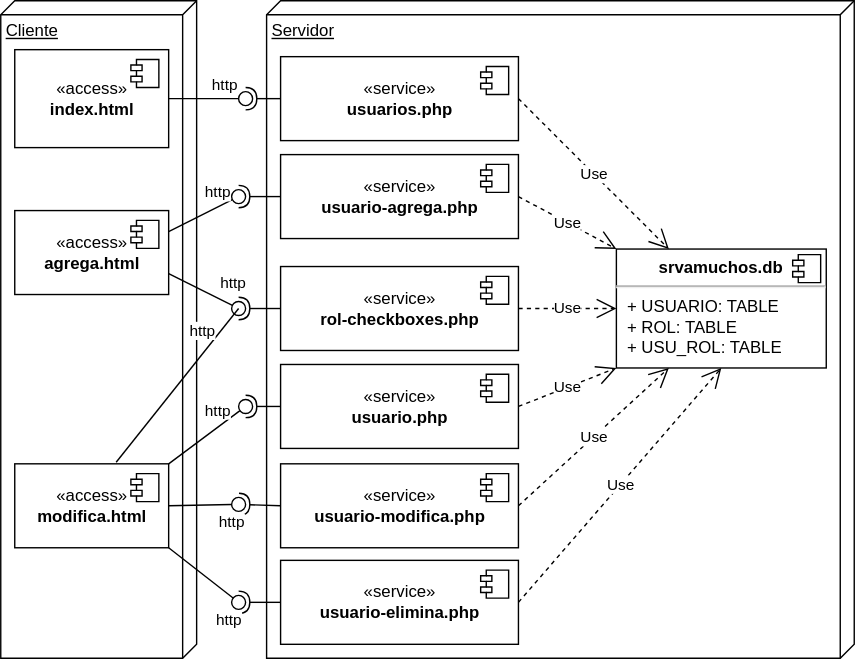
This is img/m18amuchos/amuchosdeploy.drawio.svg from gilpgawoas/gilpgawoas.github.io, a draw.io export, as it was before one commit. Source tidied: cells renumbered, new cells last; positions are measured from the earlier drawing's top-left corner, leaving out a move shared by most shapes.
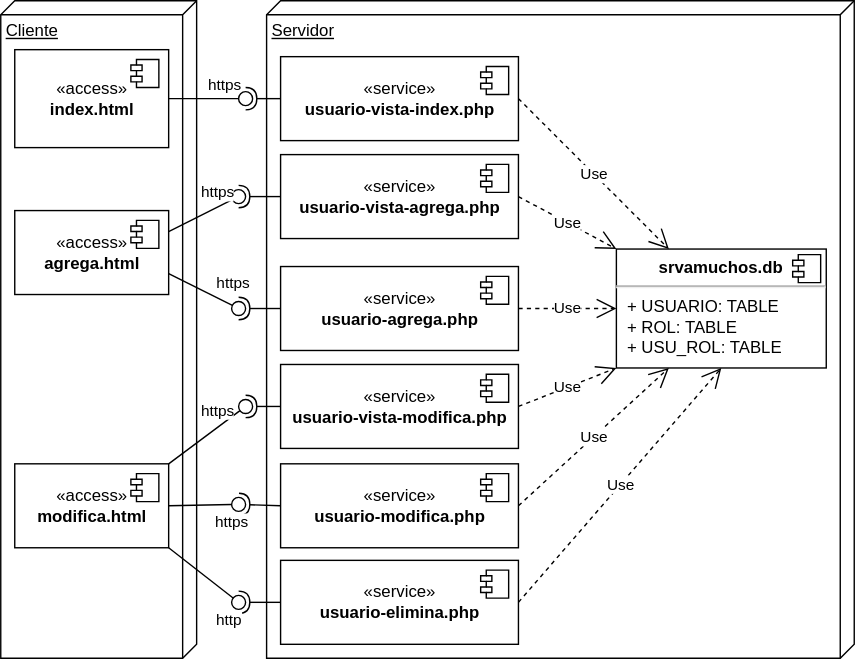
After the commit.

Change to the diagram source:
```diff
@@ -16,7 +16,7 @@
     <mxCell id="5" value="Servidor" style="verticalAlign=top;align=left;spacingTop=8;spacingLeft=2;spacingRight=12;shape=cube;size=10;direction=south;fontStyle=4;html=1;" parent="1" vertex="1">
       <mxGeometry x="190" width="420" height="470" as="geometry" />
     </mxCell>
-    <mxCell id="6" value="«service»&lt;br&gt;&lt;b&gt;usuarios.php&lt;/b&gt;" style="html=1;" parent="1" vertex="1">
+    <mxCell id="6" value="«service»&lt;br&gt;&lt;b&gt;usuario-vista-index.php&lt;/b&gt;" style="html=1;" parent="1" vertex="1">
       <mxGeometry x="200" y="40" width="170" height="60" as="geometry" />
     </mxCell>
     <mxCell id="7" style="shape=module;jettyWidth=8;jettyHeight=4;" parent="6" vertex="1">
@@ -60,7 +60,7 @@
         <mxPoint x="-27" y="7" as="offset" />
       </mxGeometry>
     </mxCell>
-    <mxCell id="18" value="«service»&lt;br&gt;&lt;b style=&quot;border-color: var(--border-color);&quot;&gt;usuario-a&lt;/b&gt;&lt;b&gt;grega.php&lt;/b&gt;" style="html=1;" parent="1" vertex="1">
+    <mxCell id="18" value="«service»&lt;br&gt;&lt;b&gt;usuario-vista-agrega.php&lt;/b&gt;" style="html=1;" parent="1" vertex="1">
       <mxGeometry x="200" y="110" width="170" height="60" as="geometry" />
     </mxCell>
     <mxCell id="19" style="shape=module;jettyWidth=8;jettyHeight=4;" parent="18" vertex="1">
@@ -68,7 +68,7 @@
         <mxPoint x="-27" y="7" as="offset" />
       </mxGeometry>
     </mxCell>
-    <mxCell id="20" value="«service»&lt;br&gt;&lt;b style=&quot;border-color: var(--border-color);&quot;&gt;usuario&lt;/b&gt;&lt;b&gt;.php&lt;/b&gt;" style="html=1;" parent="1" vertex="1">
+    <mxCell id="20" value="«service»&lt;br&gt;&lt;div&gt;&lt;b&gt;usuario-vista-modifica.php&lt;/b&gt;&lt;/div&gt;" style="html=1;" parent="1" vertex="1">
       <mxGeometry x="200" y="260" width="170" height="60" as="geometry" />
     </mxCell>
     <mxCell id="21" style="shape=module;jettyWidth=8;jettyHeight=4;" parent="20" vertex="1">
@@ -95,7 +95,7 @@
     <mxCell id="26" value="Use" style="endArrow=open;endSize=12;dashed=1;html=1;rounded=0;exitX=1;exitY=0.5;exitDx=0;exitDy=0;entryX=0.25;entryY=0;entryDx=0;entryDy=0;" parent="1" edge="1" source="6" target="10">
       <mxGeometry relative="1" as="geometry" />
     </mxCell>
-    <mxCell id="27" value="http" style="rounded=0;jettySize=auto;html=1;endArrow=none;endFill=0;sketch=0;sourcePerimeterSpacing=0;targetPerimeterSpacing=0;exitX=1;exitY=0;exitDx=0;exitDy=0;" parent="1" edge="1" source="16" target="29">
+    <mxCell id="27" value="https" style="rounded=0;jettySize=auto;html=1;endArrow=none;endFill=0;sketch=0;sourcePerimeterSpacing=0;targetPerimeterSpacing=0;exitX=1;exitY=0;exitDx=0;exitDy=0;" parent="1" edge="1" source="16" target="29">
       <mxGeometry x="0.6" y="10" relative="1" as="geometry" />
     </mxCell>
     <mxCell id="28" style="rounded=0;jettySize=auto;html=1;endArrow=halfCircle;endFill=0;endSize=6;strokeWidth=1;sketch=0;exitX=0;exitY=0.5;exitDx=0;exitDy=0;" parent="1" edge="1" source="20">
@@ -112,7 +112,7 @@
         <mxPoint x="170" y="430" as="targetPoint" />
       </mxGeometry>
     </mxCell>
-    <mxCell id="31" value="http" style="rounded=0;jettySize=auto;html=1;endArrow=none;endFill=0;sketch=0;sourcePerimeterSpacing=0;targetPerimeterSpacing=0;exitX=1;exitY=0.5;exitDx=0;exitDy=0;" parent="1" edge="1" source="3" target="33">
+    <mxCell id="31" value="https" style="rounded=0;jettySize=auto;html=1;endArrow=none;endFill=0;sketch=0;sourcePerimeterSpacing=0;targetPerimeterSpacing=0;exitX=1;exitY=0.5;exitDx=0;exitDy=0;" parent="1" edge="1" source="3" target="33">
       <mxGeometry x="0.6" y="10" relative="1" as="geometry" />
     </mxCell>
     <mxCell id="32" style="rounded=0;jettySize=auto;html=1;endArrow=halfCircle;endFill=0;entryX=0.5;entryY=0.5;endSize=6;strokeWidth=1;sketch=0;exitX=0;exitY=0.5;exitDx=0;exitDy=0;" parent="1" edge="1" source="6" target="33">
@@ -121,7 +121,7 @@
     <mxCell id="33" style="ellipse;whiteSpace=wrap;html=1;align=center;points=[];outlineConnect=0;sketch=0;" parent="1" vertex="1">
       <mxGeometry x="170" y="65" width="10" height="10" as="geometry" />
     </mxCell>
-    <mxCell id="34" value="«service»&lt;br&gt;&lt;b&gt;rol-checkboxes&lt;/b&gt;&lt;b&gt;.php&lt;/b&gt;" style="html=1;" parent="1" vertex="1">
+    <mxCell id="34" value="«service»&lt;br&gt;&lt;b&gt;usuario-agrega.php&lt;/b&gt;" style="html=1;" parent="1" vertex="1">
       <mxGeometry x="200" y="190" width="170" height="60" as="geometry" />
     </mxCell>
     <mxCell id="35" style="shape=module;jettyWidth=8;jettyHeight=4;" parent="34" vertex="1">
@@ -137,7 +137,7 @@
         <mxPoint x="170" y="140" as="targetPoint" />
       </mxGeometry>
     </mxCell>
-    <mxCell id="38" value="http" style="rounded=0;jettySize=auto;html=1;endArrow=oval;endFill=0;sketch=0;sourcePerimeterSpacing=0;targetPerimeterSpacing=0;endSize=10;exitX=1;exitY=0.25;exitDx=0;exitDy=0;" parent="1" edge="1" source="14">
+    <mxCell id="38" value="https" style="rounded=0;jettySize=auto;html=1;endArrow=oval;endFill=0;sketch=0;sourcePerimeterSpacing=0;targetPerimeterSpacing=0;endSize=10;exitX=1;exitY=0.25;exitDx=0;exitDy=0;" parent="1" edge="1" source="14">
       <mxGeometry x="0.56" y="9" relative="1" as="geometry">
         <mxPoint x="170" y="140" as="targetPoint" />
       </mxGeometry>
@@ -161,12 +161,7 @@
         <mxPoint x="170" y="360" as="targetPoint" />
       </mxGeometry>
     </mxCell>
-    <mxCell id="44" value="http" style="rounded=0;jettySize=auto;html=1;endArrow=none;endFill=0;sketch=0;sourcePerimeterSpacing=0;targetPerimeterSpacing=0;exitX=0.659;exitY=-0.019;exitDx=0;exitDy=0;exitPerimeter=0;" parent="1" edge="1" source="16">
-      <mxGeometry x="0.6" y="10" relative="1" as="geometry">
-        <mxPoint x="170" y="220" as="targetPoint" />
-      </mxGeometry>
-    </mxCell>
-    <mxCell id="45" value="http" style="rounded=0;jettySize=auto;html=1;endArrow=oval;endFill=0;sketch=0;sourcePerimeterSpacing=0;targetPerimeterSpacing=0;endSize=10;exitX=1;exitY=0.5;exitDx=0;exitDy=0;" parent="1" edge="1" source="16">
+    <mxCell id="45" value="https" style="rounded=0;jettySize=auto;html=1;endArrow=oval;endFill=0;sketch=0;sourcePerimeterSpacing=0;targetPerimeterSpacing=0;endSize=10;exitX=1;exitY=0.5;exitDx=0;exitDy=0;" parent="1" edge="1" source="16">
       <mxGeometry x="0.79" y="-13" relative="1" as="geometry">
         <mxPoint x="170" y="360" as="targetPoint" />
       </mxGeometry>
@@ -188,7 +183,7 @@
     <mxCell id="49" style="ellipse;whiteSpace=wrap;html=1;align=center;fillColor=none;strokeColor=none;perimeter=centerPerimeter;" parent="1" vertex="1">
       <mxGeometry x="395" y="410" width="10" height="10" as="geometry" />
     </mxCell>
-    <mxCell id="50" value="http" style="rounded=0;jettySize=auto;html=1;endArrow=oval;endFill=0;sketch=0;sourcePerimeterSpacing=0;targetPerimeterSpacing=0;endSize=10;exitX=1;exitY=0.75;exitDx=0;exitDy=0;" parent="1" edge="1" source="14">
+    <mxCell id="50" value="https" style="rounded=0;jettySize=auto;html=1;endArrow=oval;endFill=0;sketch=0;sourcePerimeterSpacing=0;targetPerimeterSpacing=0;endSize=10;exitX=1;exitY=0.75;exitDx=0;exitDy=0;" parent="1" edge="1" source="14">
       <mxGeometry x="0.6" y="13" relative="1" as="geometry">
         <mxPoint x="170" y="220" as="targetPoint" />
         <mxPoint y="-1" as="offset" />
```
